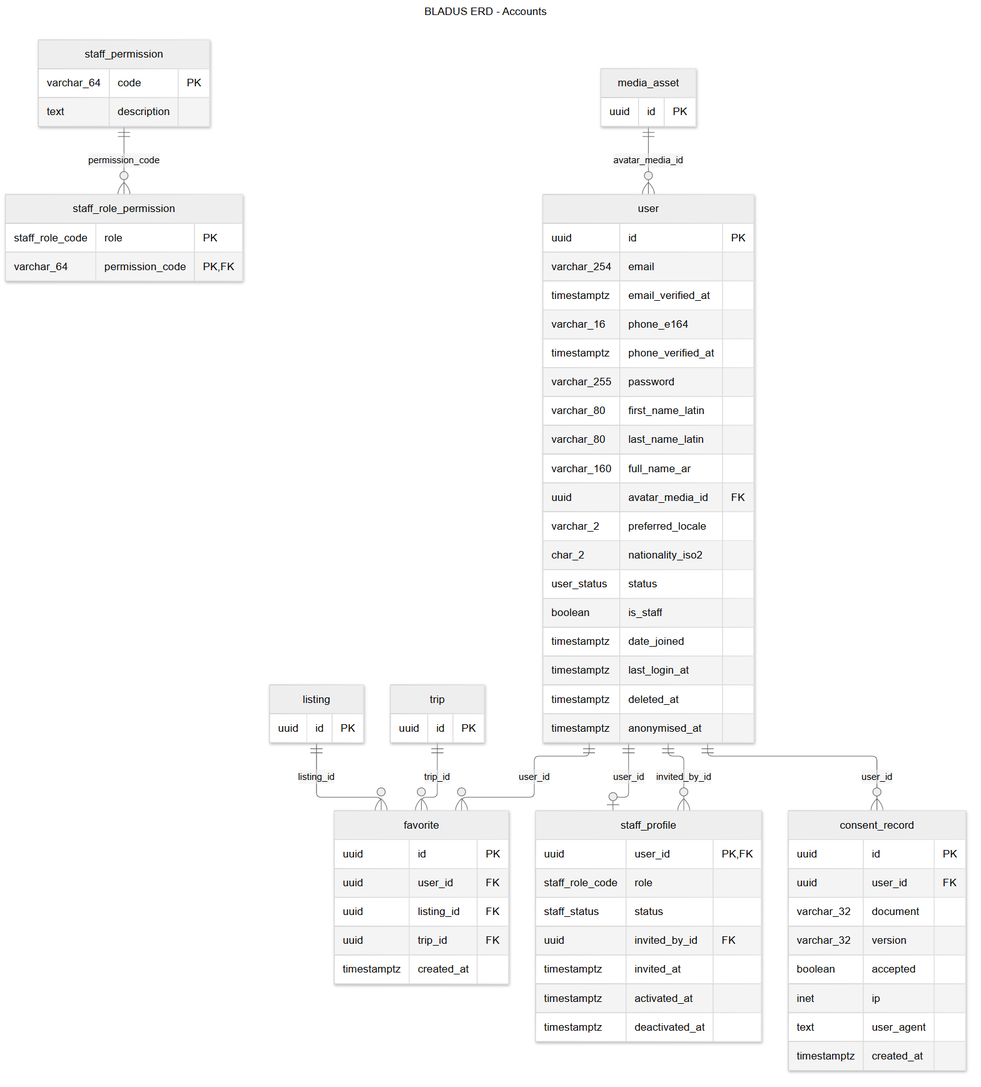
The Mermaid diagram docs/backend/diagrams/rendered/erd-01-accounts.png in med-amine-ok/darna, before a commit. Its source is kept beside it as docs/backend/diagrams/erd-01-accounts.mmd.
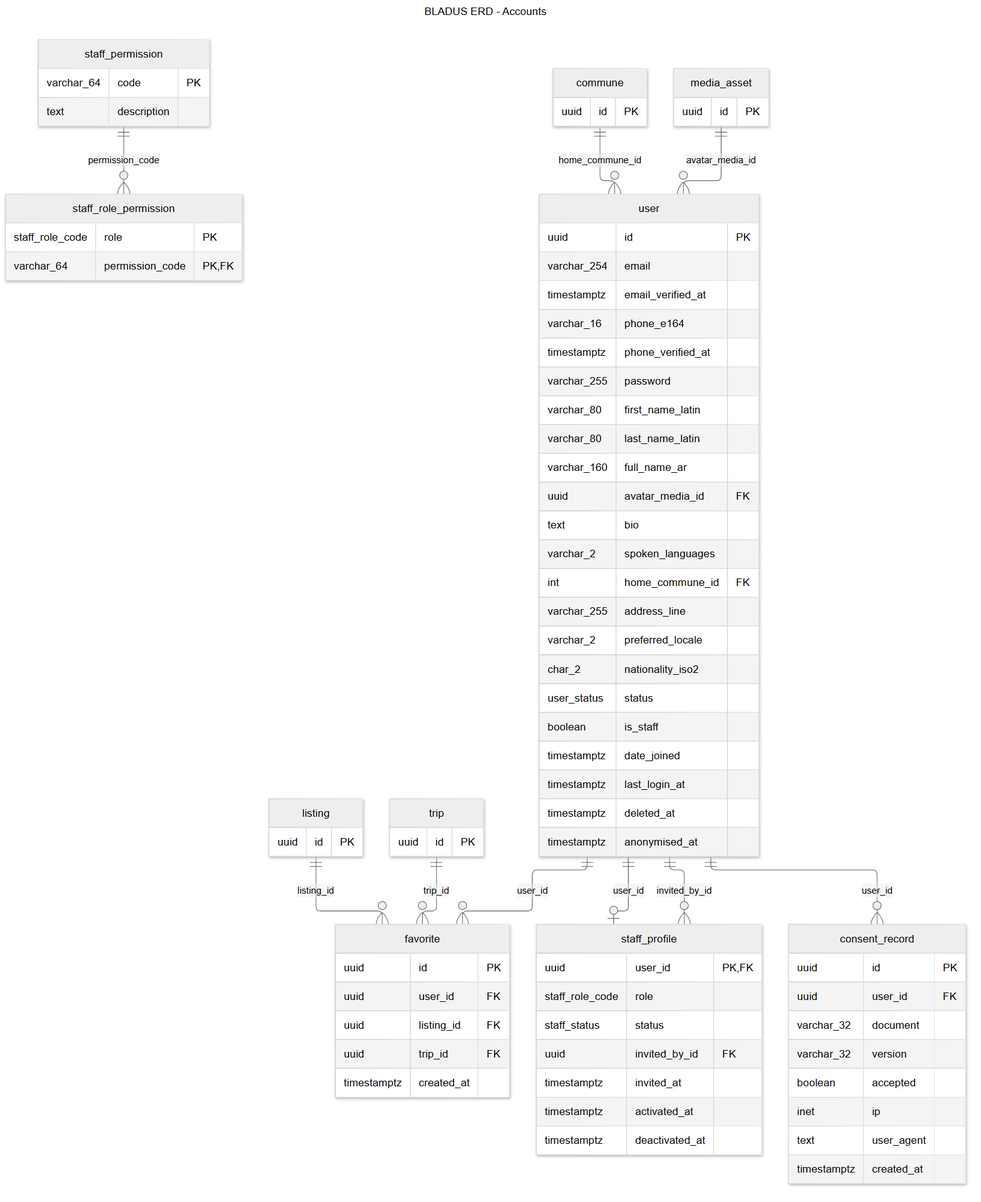
After the commit.

The edit, as a diff of the source:
```diff
@@ -13,6 +13,10 @@
         varchar_80 last_name_latin
         varchar_160 full_name_ar
         uuid avatar_media_id FK
+        text bio
+        varchar_2 spoken_languages
+        int home_commune_id FK
+        varchar_255 address_line
         varchar_2 preferred_locale
         char_2 nationality_iso2
         user_status status
@@ -56,6 +60,9 @@
         uuid trip_id FK
         timestamptz created_at
     }
+    commune {
+        uuid id PK
+    }
     listing {
         uuid id PK
     }
@@ -66,6 +73,7 @@
         uuid id PK
     }
     media_asset ||--o{ user : "avatar_media_id"
+    commune ||--o{ user : "home_commune_id"
     user ||--o| staff_profile : "user_id"
     user ||--o{ staff_profile : "invited_by_id"
     staff_permission ||--o{ staff_role_permission : "permission_code"
```
